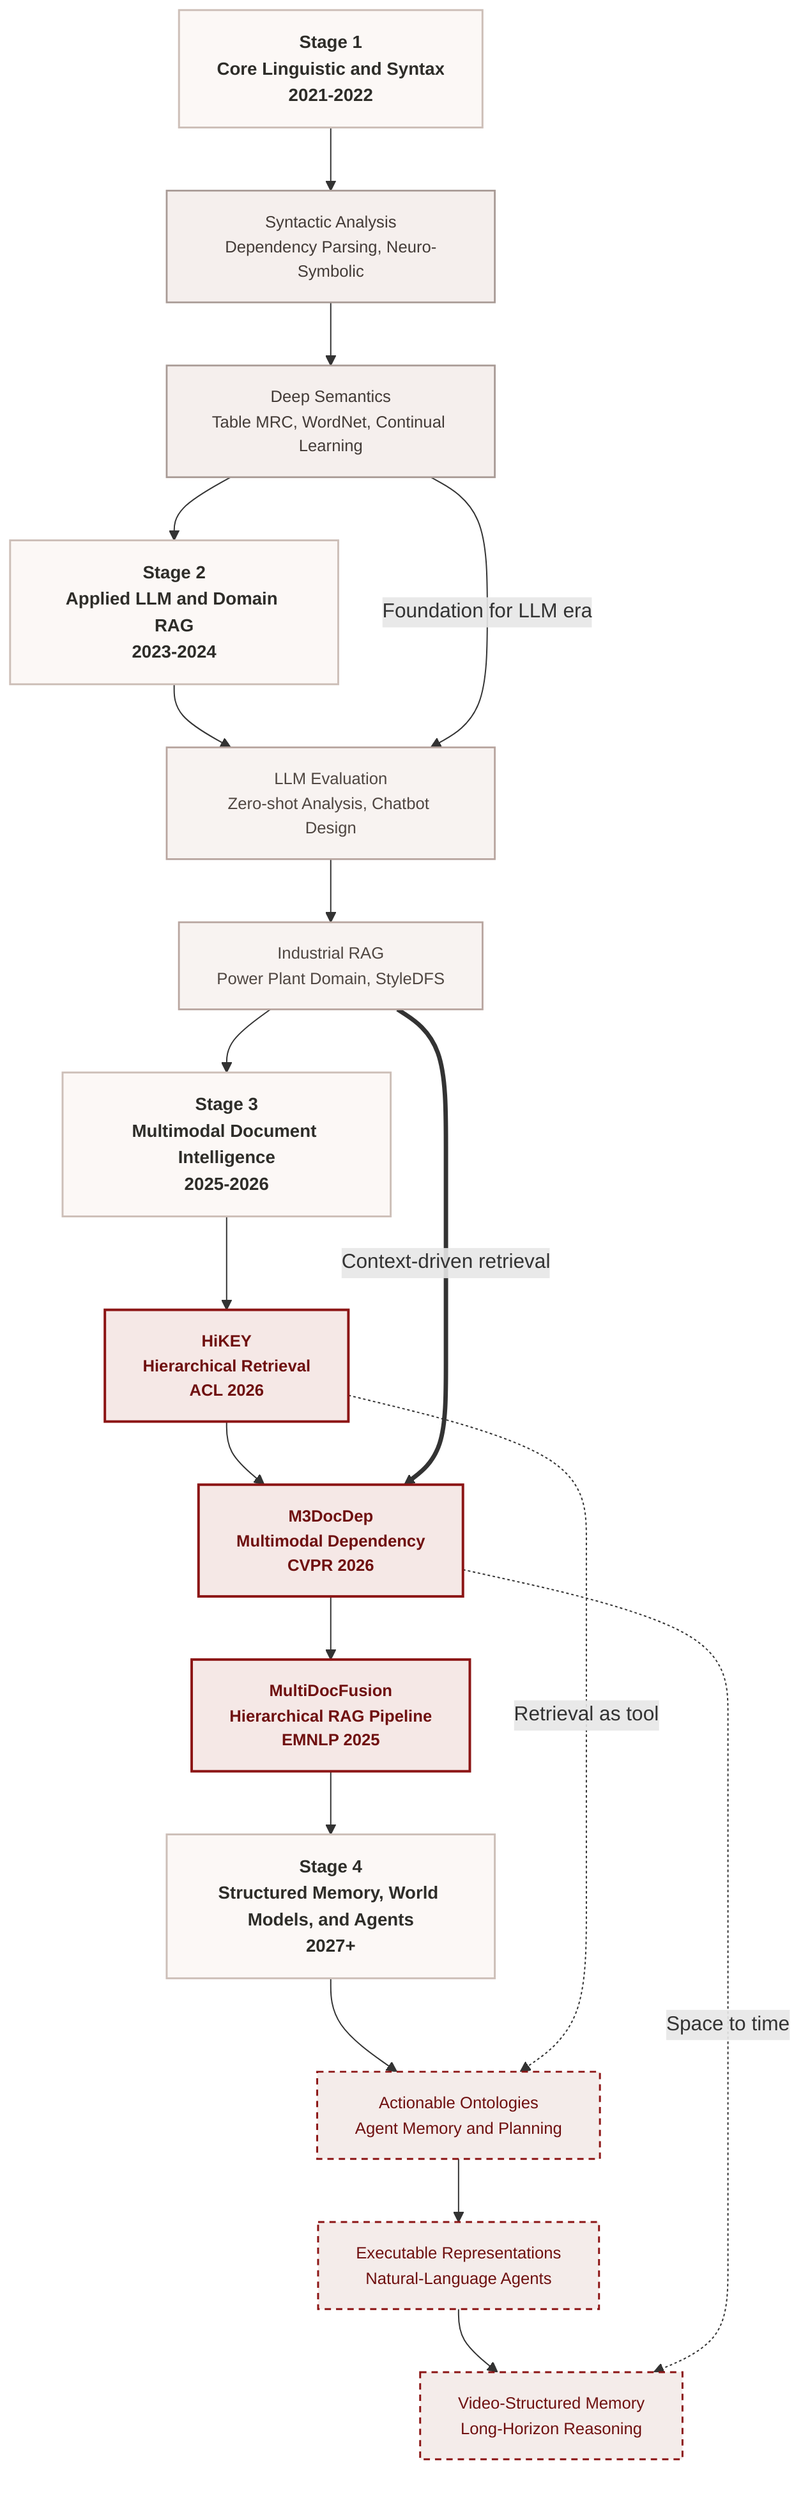
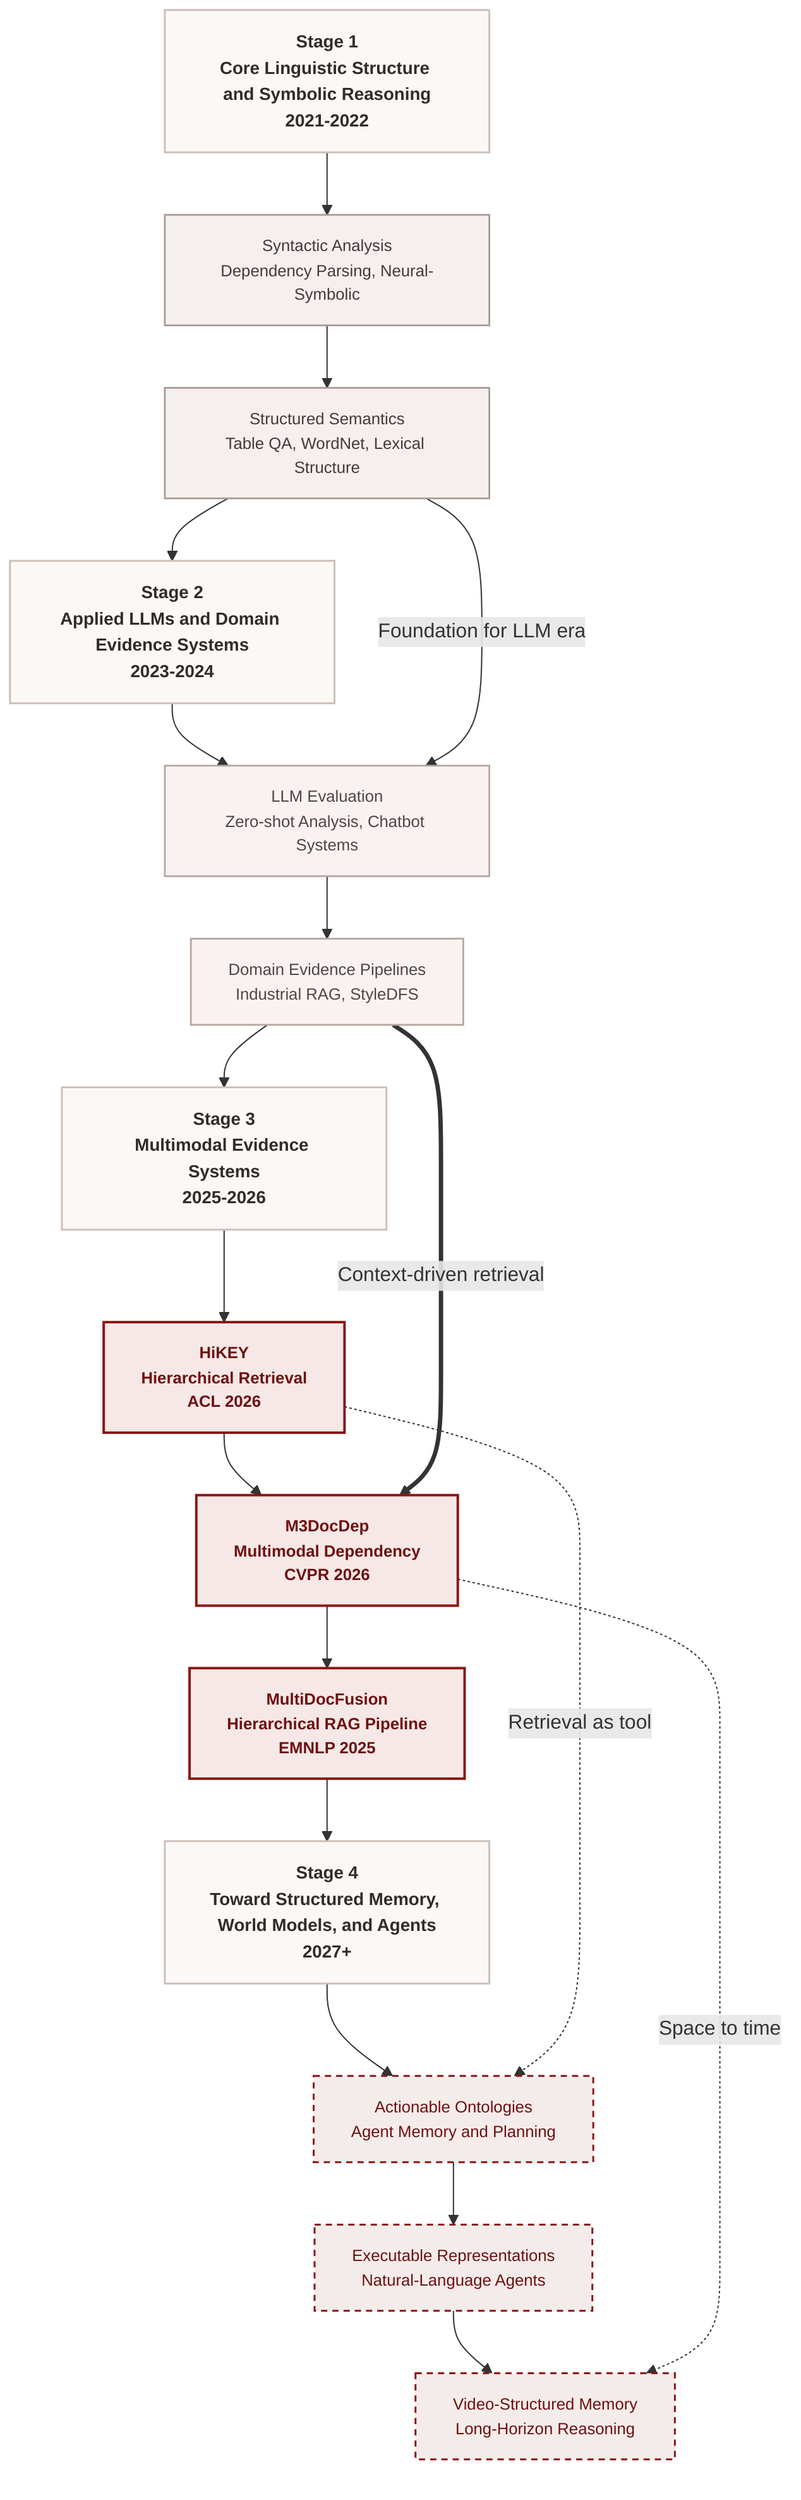
flowchart TB
    classDef stage fill:#fcf8f6,stroke:#cdbfb8,stroke-width:1.5px,color:#2e2d29,font-weight:700,font-size:14px;
    classDef now fill:#f8f3f1,stroke:#b8a59f,stroke-width:1.4px,color:#4f4641,font-size:13px;
    classDef core fill:#f5efed,stroke:#a89a95,stroke-width:1.4px,color:#433b37,font-size:13px;
    classDef highlight fill:#f5e8e6,stroke:#8c1515,stroke-width:2px,color:#6f1010,font-weight:700,font-size:13px;
    classDef future fill:#f4ecea,stroke:#8c1515,stroke-width:1.5px,color:#6f1010,stroke-dasharray: 5 4,font-size:13px;

-     S1["Stage 1<br/>Core Linguistic and Syntax<br/>2021-2022"]:::stage
-     S1A["Syntactic Analysis<br/>Dependency Parsing, Neuro-Symbolic"]:::core
-     S1B["Deep Semantics<br/>Table MRC, WordNet, Continual Learning"]:::core
+     S1["Stage 1<br/>Core Linguistic Structure and Symbolic Reasoning<br/>2021-2022"]:::stage
+     S1A["Syntactic Analysis<br/>Dependency Parsing, Neural-Symbolic"]:::core
+     S1B["Structured Semantics<br/>Table QA, WordNet, Lexical Structure"]:::core

-     S2["Stage 2<br/>Applied LLM and Domain RAG<br/>2023-2024"]:::stage
-     S2A["LLM Evaluation<br/>Zero-shot Analysis, Chatbot Design"]:::now
-     S2B["Industrial RAG<br/>Power Plant Domain, StyleDFS"]:::now
+     S2["Stage 2<br/>Applied LLMs and Domain Evidence Systems<br/>2023-2024"]:::stage
+     S2A["LLM Evaluation<br/>Zero-shot Analysis, Chatbot Systems"]:::now
+     S2B["Domain Evidence Pipelines<br/>Industrial RAG, StyleDFS"]:::now

-     S3["Stage 3<br/>Multimodal Document Intelligence<br/>2025-2026"]:::stage
+     S3["Stage 3<br/>Multimodal Evidence Systems<br/>2025-2026"]:::stage
    S3A["HiKEY<br/>Hierarchical Retrieval<br/>ACL 2026"]:::highlight
    S3B["M3DocDep<br/>Multimodal Dependency<br/>CVPR 2026"]:::highlight
    S3C["MultiDocFusion<br/>Hierarchical RAG Pipeline<br/>EMNLP 2025"]:::highlight

-     S4["Stage 4<br/>Structured Memory, World Models, and Agents<br/>2027+"]:::stage
+     S4["Stage 4<br/>Toward Structured Memory, World Models, and Agents<br/>2027+"]:::stage
    S4A["Actionable Ontologies<br/>Agent Memory and Planning"]:::future
    S4B["Executable Representations<br/>Natural-Language Agents"]:::future
    S4C["Video-Structured Memory<br/>Long-Horizon Reasoning"]:::future

    S1 --> S1A --> S1B --> S2
    S2 --> S2A --> S2B --> S3
    S3 --> S3A --> S3B --> S3C --> S4
    S4 --> S4A --> S4B --> S4C

    S1B -->|"Foundation for LLM era"| S2A
    S2B ==>|"Context-driven retrieval"| S3B
    S3A -.->|"Retrieval as tool"| S4A
    S3B -.->|"Space to time"| S4C
